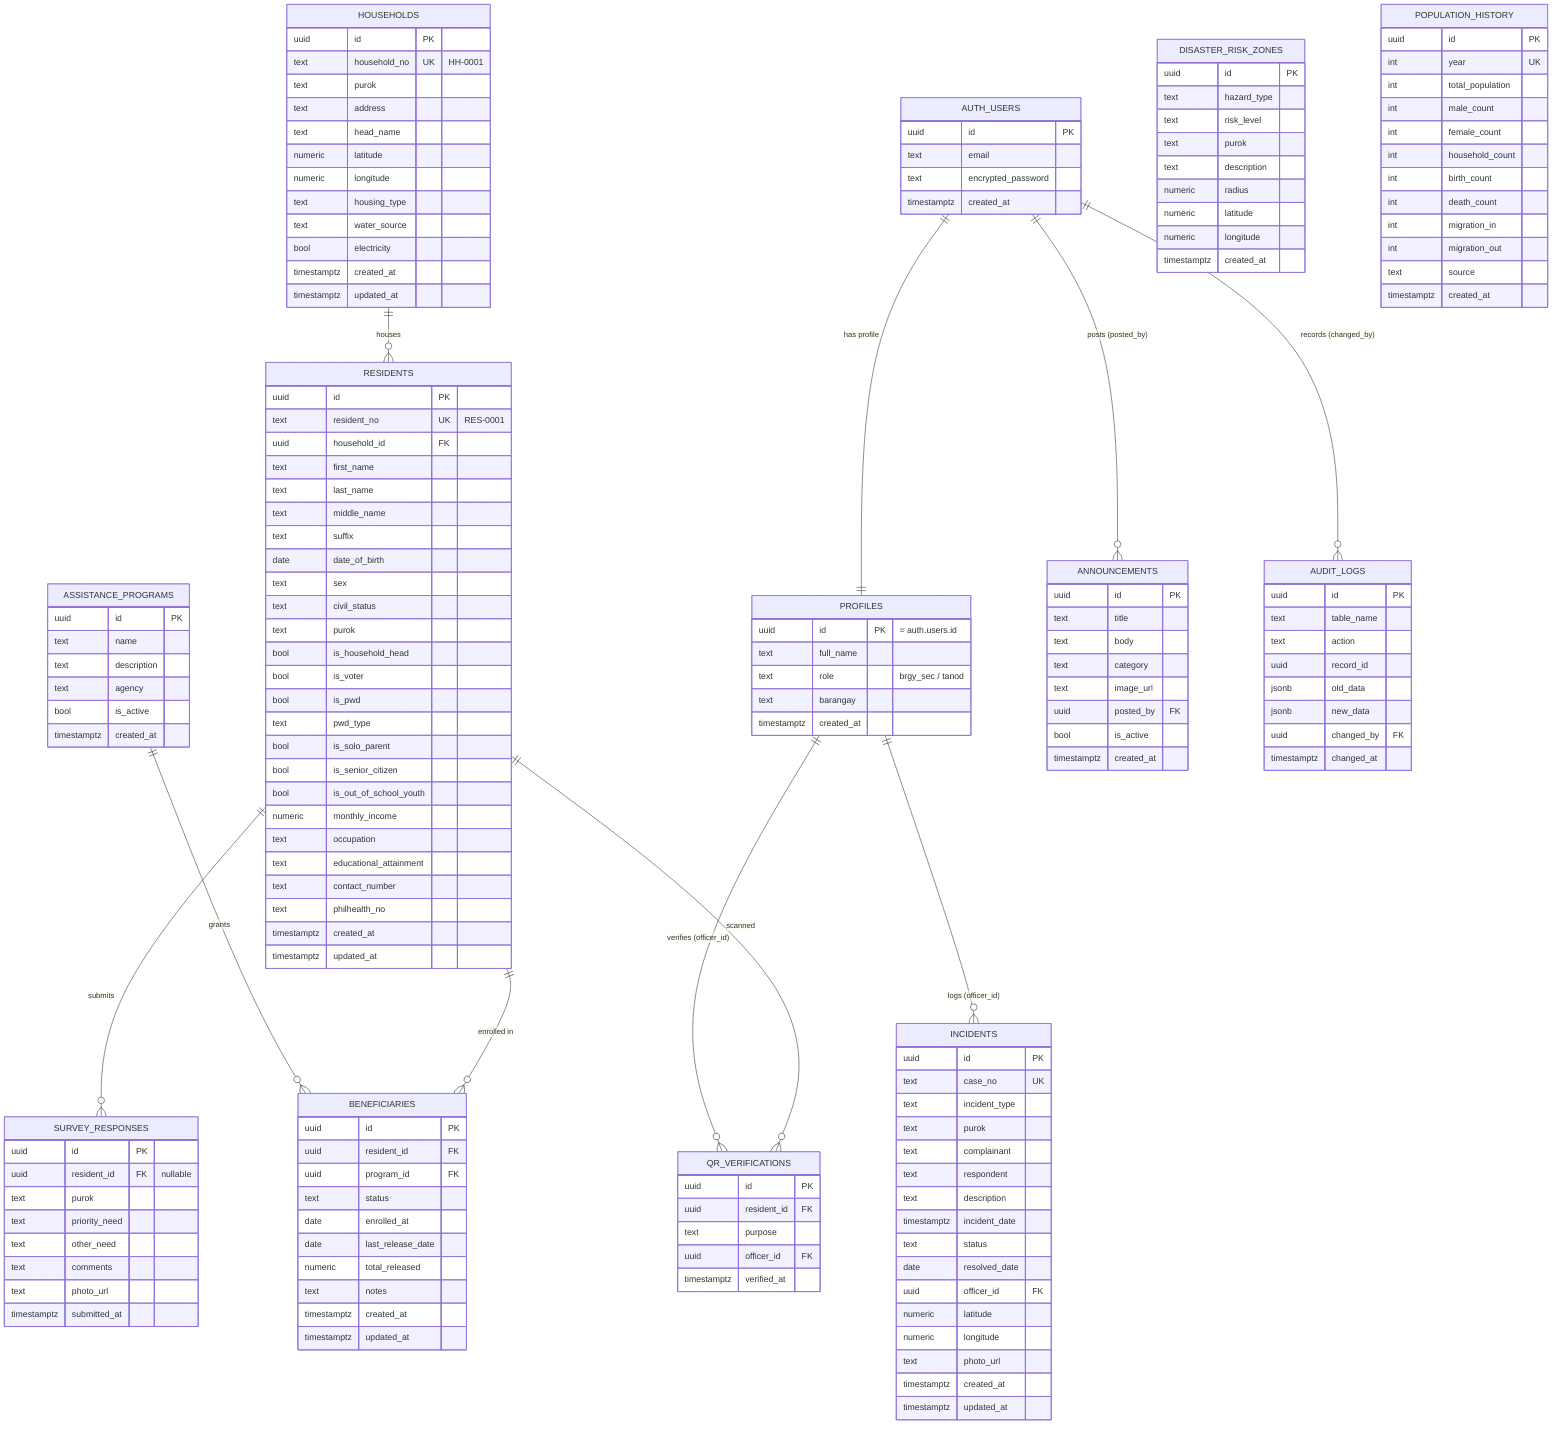
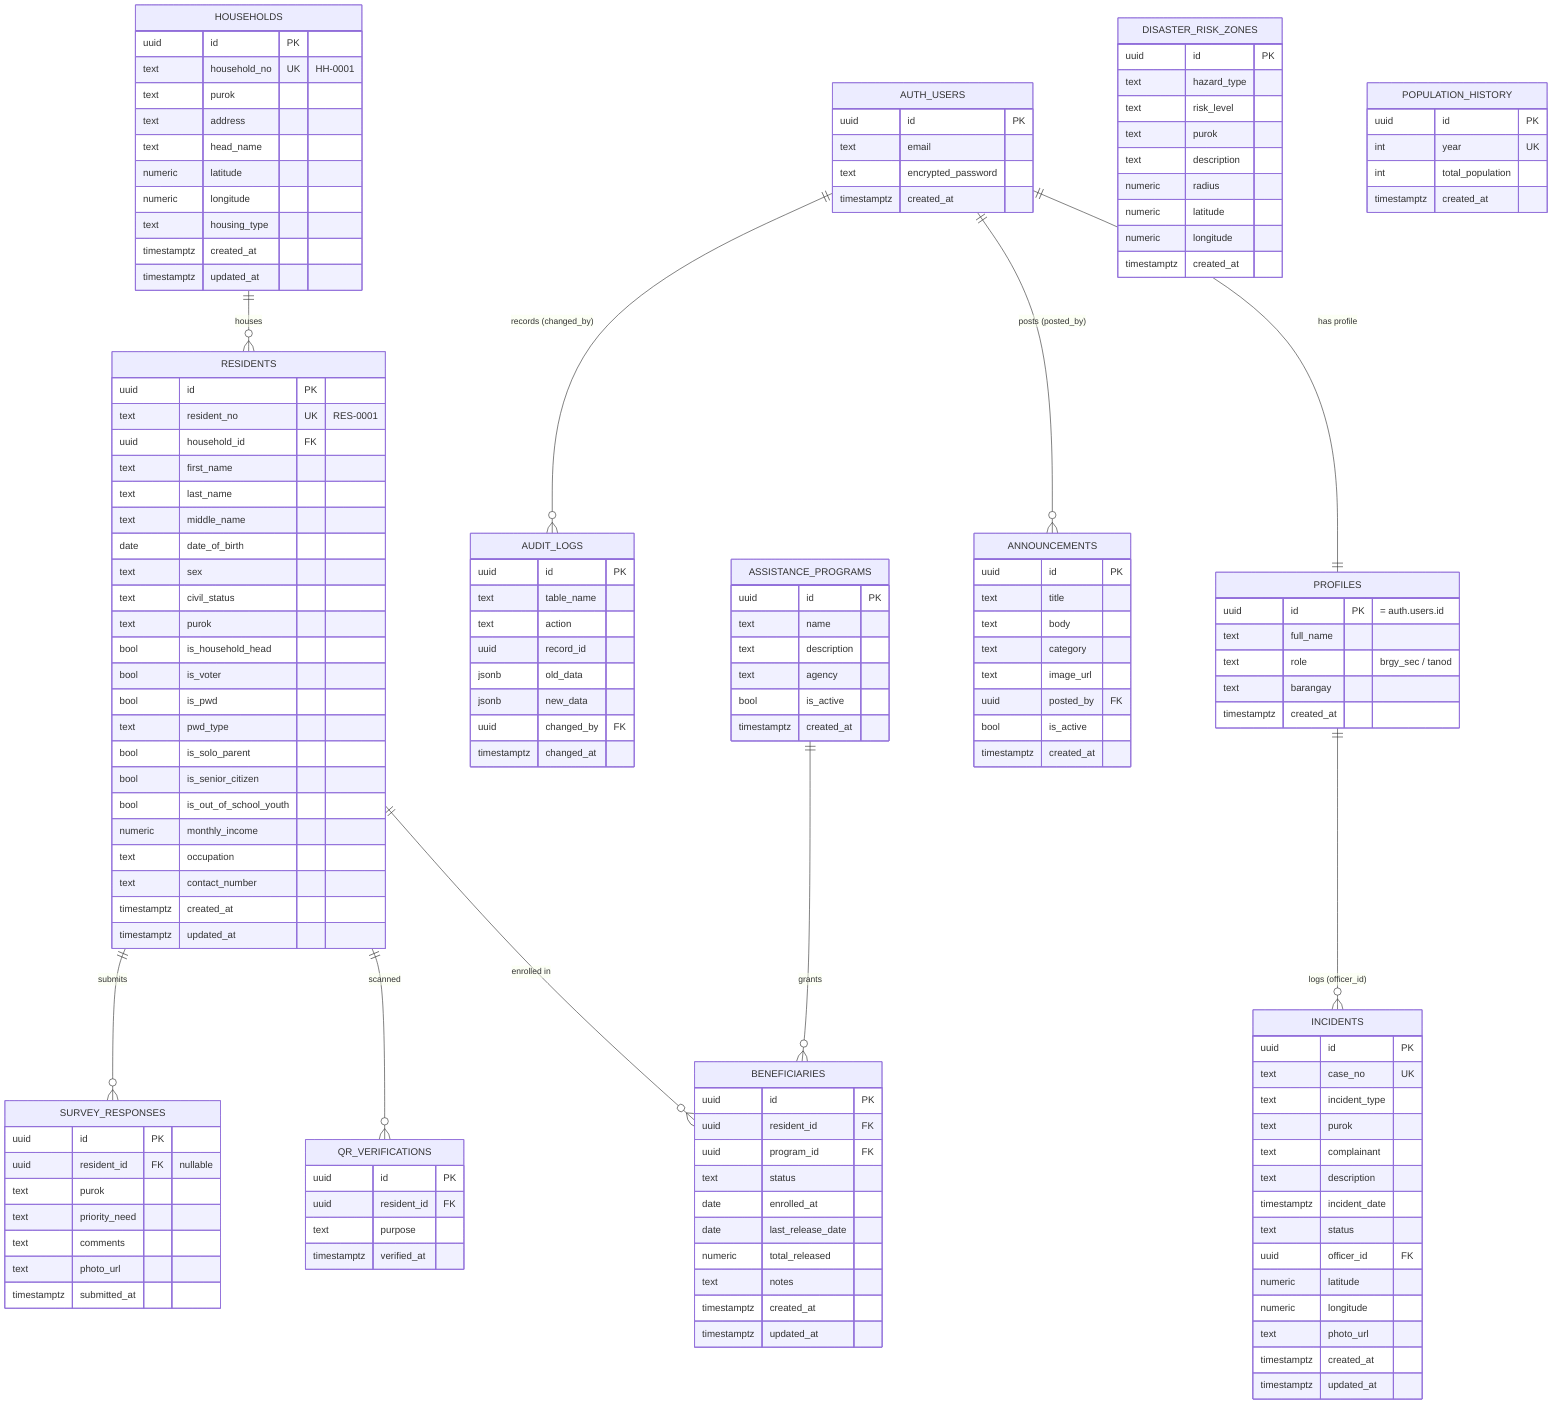
erDiagram
    AUTH_USERS ||--|| PROFILES : "has profile"
    HOUSEHOLDS ||--o{ RESIDENTS : "houses"
    RESIDENTS ||--o{ BENEFICIARIES : "enrolled in"
    ASSISTANCE_PROGRAMS ||--o{ BENEFICIARIES : "grants"
    RESIDENTS ||--o{ QR_VERIFICATIONS : "scanned"
    RESIDENTS ||--o{ SURVEY_RESPONSES : "submits"
    PROFILES ||--o{ INCIDENTS : "logs (officer_id)"
-     PROFILES ||--o{ QR_VERIFICATIONS : "verifies (officer_id)"
    AUTH_USERS ||--o{ ANNOUNCEMENTS : "posts (posted_by)"
    AUTH_USERS ||--o{ AUDIT_LOGS : "records (changed_by)"

    AUTH_USERS {
        uuid id PK
        text email
        text encrypted_password
        timestamptz created_at
    }
    PROFILES {
        uuid id PK "= auth.users.id"
        text full_name
        text role "brgy_sec / tanod"
        text barangay
        timestamptz created_at
    }
    HOUSEHOLDS {
        uuid id PK
        text household_no UK "HH-0001"
        text purok
        text address
        text head_name
        numeric latitude
        numeric longitude
        text housing_type
-         text water_source
-         bool electricity
        timestamptz created_at
        timestamptz updated_at
    }
    RESIDENTS {
        uuid id PK
        text resident_no UK "RES-0001"
        uuid household_id FK
        text first_name
        text last_name
        text middle_name
-         text suffix
        date date_of_birth
        text sex
        text civil_status
        text purok
        bool is_household_head
        bool is_voter
        bool is_pwd
        text pwd_type
        bool is_solo_parent
        bool is_senior_citizen
        bool is_out_of_school_youth
        numeric monthly_income
        text occupation
-         text educational_attainment
        text contact_number
-         text philhealth_no
        timestamptz created_at
        timestamptz updated_at
    }
    ASSISTANCE_PROGRAMS {
        uuid id PK
        text name
        text description
        text agency
        bool is_active
        timestamptz created_at
    }
    BENEFICIARIES {
        uuid id PK
        uuid resident_id FK
        uuid program_id FK
        text status
        date enrolled_at
        date last_release_date
        numeric total_released
        text notes
        timestamptz created_at
        timestamptz updated_at
    }
    INCIDENTS {
        uuid id PK
        text case_no UK
        text incident_type
        text purok
        text complainant
-         text respondent
        text description
        timestamptz incident_date
        text status
-         date resolved_date
        uuid officer_id FK
        numeric latitude
        numeric longitude
        text photo_url
        timestamptz created_at
        timestamptz updated_at
    }
    QR_VERIFICATIONS {
        uuid id PK
        uuid resident_id FK
        text purpose
-         uuid officer_id FK
        timestamptz verified_at
    }
    SURVEY_RESPONSES {
        uuid id PK
        uuid resident_id FK "nullable"
        text purok
        text priority_need
-         text other_need
        text comments
        text photo_url
        timestamptz submitted_at
    }
    DISASTER_RISK_ZONES {
        uuid id PK
        text hazard_type
        text risk_level
        text purok
        text description
        numeric radius
        numeric latitude
        numeric longitude
        timestamptz created_at
    }
    ANNOUNCEMENTS {
        uuid id PK
        text title
        text body
        text category
        text image_url
        uuid posted_by FK
        bool is_active
        timestamptz created_at
    }
    POPULATION_HISTORY {
        uuid id PK
        int year UK
        int total_population
-         int male_count
-         int female_count
-         int household_count
-         int birth_count
-         int death_count
-         int migration_in
-         int migration_out
-         text source
        timestamptz created_at
    }
    AUDIT_LOGS {
        uuid id PK
        text table_name
        text action
        uuid record_id
        jsonb old_data
        jsonb new_data
        uuid changed_by FK
        timestamptz changed_at
    }
